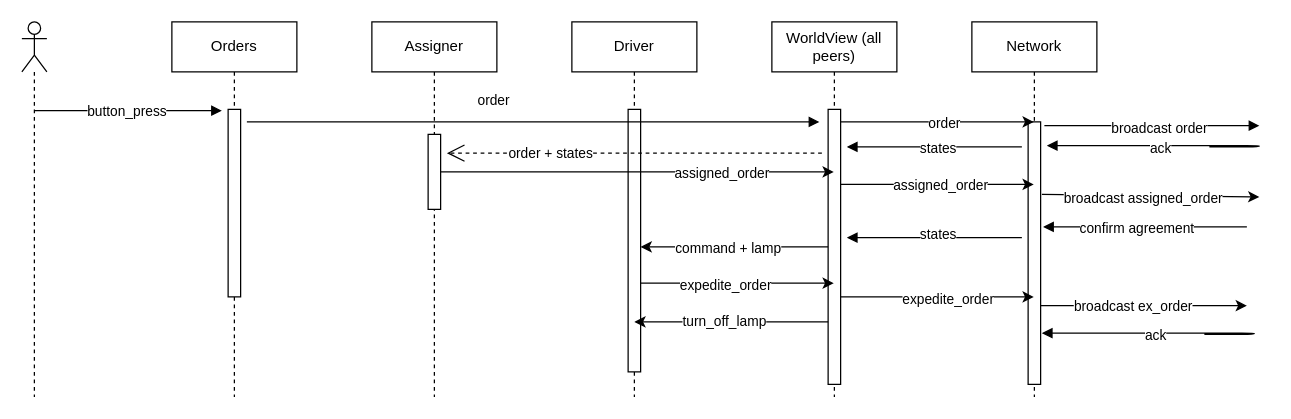
This is diagrams/hall_sequence.drawio from Einaraug/Sanntid, a draw.io file, before an edit. Source tidied: cells renumbered, new cells numbered last; positions are measured from the earlier drawing's top-left corner, leaving out a move shared by most shapes. Both pictures are drawn from the tidied source at 125%, with x=0, y=0 at pixel (21, 21).
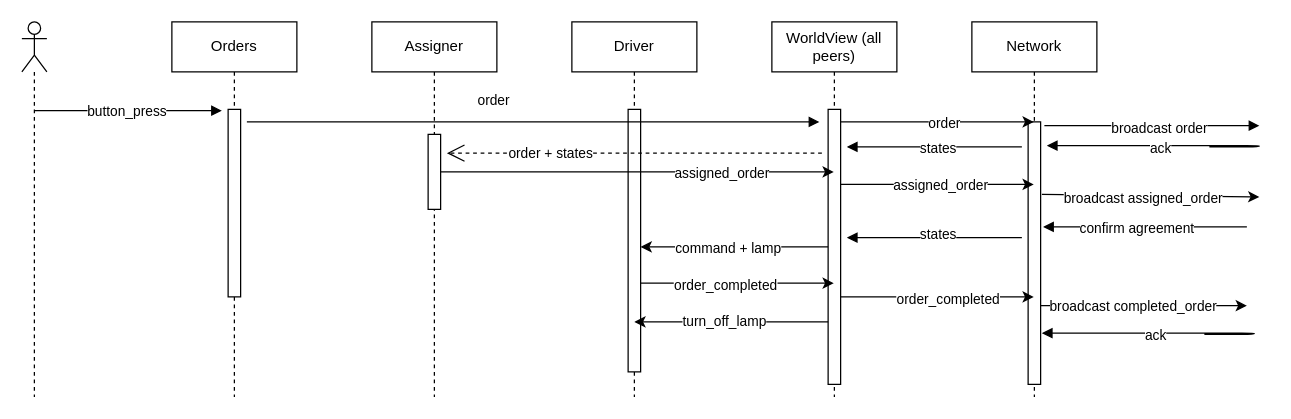
The same diagram, later.

Commit message (it also covers changes not shown here):
det kom noen

The change refers to these unchanged cells:
```xml
<mxCell id="14" style="edgeStyle=none;html=1;curved=0;rounded=0;" parent="11" edge="1">
  <mxGeometry relative="1" as="geometry">
    <mxPoint x="55" y="227" as="sourcePoint" />
    <mxPoint x="220" y="227" as="targetPoint" />
  </mxGeometry>
</mxCell>
<mxCell id="40" style="edgeStyle=none;html=1;curved=0;rounded=0;" parent="1" edge="1">
  <mxGeometry relative="1" as="geometry">
    <mxPoint x="495" y="209" as="sourcePoint" />
    <mxPoint x="649.5" y="209" as="targetPoint" />
  </mxGeometry>
</mxCell>
<mxCell id="42" style="edgeStyle=none;html=1;curved=0;rounded=0;" parent="1" edge="1">
  <mxGeometry relative="1" as="geometry">
    <mxPoint x="655" y="220" as="sourcePoint" />
    <mxPoint x="809.5" y="220" as="targetPoint" />
  </mxGeometry>
</mxCell>
```

Diff of the diagram source:
```diff
@@
-    <mxCell id="15" value="broadcast ex_order" style="edgeLabel;html=1;align=center;verticalAlign=middle;" parent="14" vertex="1">
+    <mxCell id="15" value="broadcast completed_order" style="edgeLabel;html=1;align=center;verticalAlign=middle;" parent="14" vertex="1">
       <mxGeometry x="-0.3" y="2" relative="1" as="geometry">
         <mxPoint x="15" y="2" as="offset" />
       </mxGeometry>
     </mxCell>
@@
-    <mxCell id="41" value="expedite_order" style="edgeLabel;html=1;align=center;verticalAlign=middle;" parent="40" vertex="1">
+    <mxCell id="41" value="order_completed" style="edgeLabel;html=1;align=center;verticalAlign=middle;" parent="40" vertex="1">
       <mxGeometry x="-0.13" y="-3" relative="1" as="geometry">
         <mxPoint y="-2" as="offset" />
       </mxGeometry>
     </mxCell>
@@
-    <mxCell id="43" value="expedite_order" style="edgeLabel;html=1;align=center;verticalAlign=middle;" parent="42" vertex="1">
+    <mxCell id="43" value="order_completed" style="edgeLabel;html=1;align=center;verticalAlign=middle;" parent="42" vertex="1">
       <mxGeometry x="0.1" y="-1" relative="1" as="geometry" />
     </mxCell>
```
